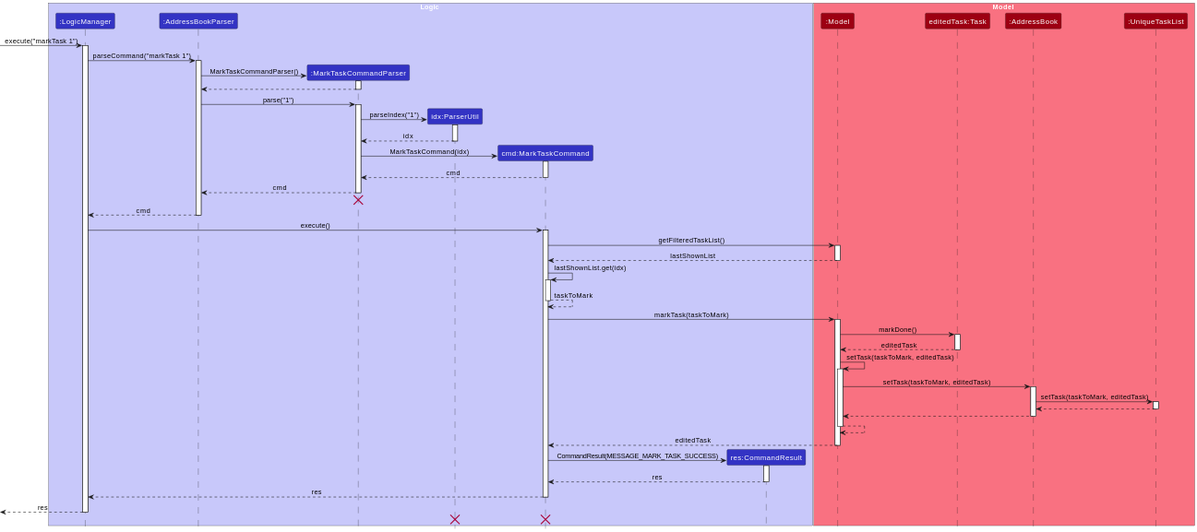
Before: docs/assets/svg/dg/MarkTaskSequenceDiagram.svg, a diagram exported from PlantUML (pra-navi/tp).
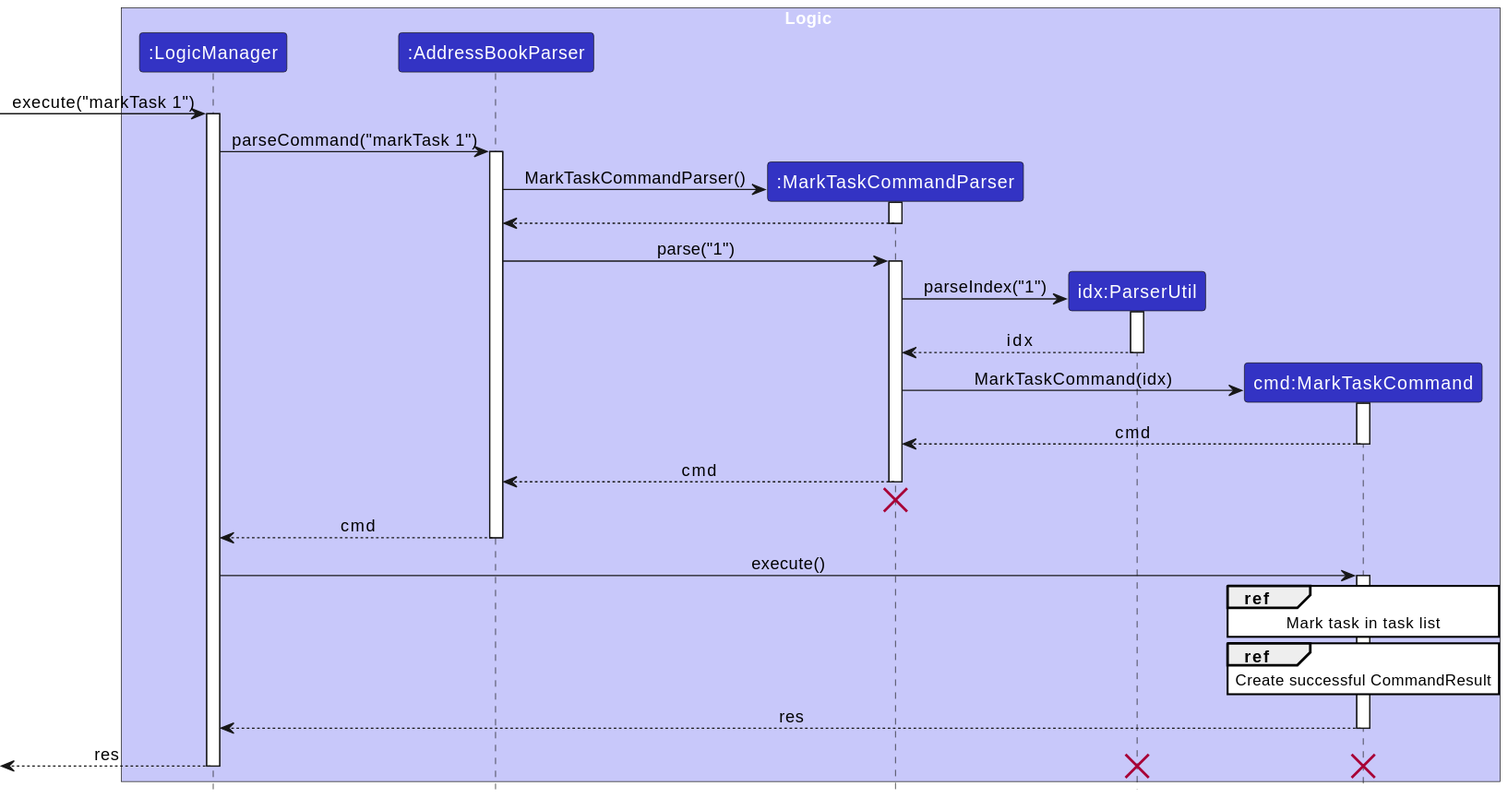
Later version of the same file.

Commit message:
docs: Update mark task sequence diagram

The edit, as a diff of the source:
```diff
@@ -1,6 +1,7 @@
 @startuml
 !include style.puml
 skinparam ArrowFontStyle plain
+skinparam sequenceReferenceBackgroundColor white
 
 box Logic LOGIC_COLOR_T1
 participant ":LogicManager" as LogicManager LOGIC_COLOR
@@ -8,14 +9,6 @@
 participant ":MarkTaskCommandParser" as MarkTaskCommandParser LOGIC_COLOR
 participant "idx:ParserUtil" as ParserUtil LOGIC_COLOR
 participant "cmd:MarkTaskCommand" as MarkTaskCommand LOGIC_COLOR
-participant "res:CommandResult" as CommandResult LOGIC_COLOR
-end box
-
-box Model MODEL_COLOR_T1
-participant ":Model" as Model MODEL_COLOR
-participant "editedTask:Task" as Task MODEL_COLOR
-participant ":AddressBook" as AddressBook MODEL_COLOR
-participant ":UniqueTaskList" as UniqueTaskList MODEL_COLOR
 end box
 
 [-> LogicManager : execute("markTask 1")
@@ -60,52 +53,9 @@
 LogicManager -> MarkTaskCommand : execute()
 activate MarkTaskCommand
 
-MarkTaskCommand -> Model : getFilteredTaskList()
-activate Model
+ref over MarkTaskCommand: Mark task in task list
 
-Model --> MarkTaskCommand : lastShownList
-deactivate Model
-
-MarkTaskCommand -> MarkTaskCommand : lastShownList.get(idx)
-activate MarkTaskCommand
-MarkTaskCommand --> MarkTaskCommand : taskToMark
-deactivate MarkTaskCommand
-
-MarkTaskCommand -> Model : markTask(taskToMark)
-activate Model
-
-Model -> Task: markDone()
-activate Task
-Task --> Model: editedTask
-deactivate Task
-
-Model -> Model: setTask(taskToMark, editedTask)
-activate Model
-
-Model -> AddressBook : setTask(taskToMark, editedTask)
-activate AddressBook
-
-AddressBook -> UniqueTaskList : setTask(taskToMark, editedTask)
-activate UniqueTaskList
-
-UniqueTaskList --> AddressBook
-deactivate UniqueTaskList
-
-AddressBook --> Model
-deactivate AddressBook
-
-Model --> Model :
-deactivate Model
-
-Model --> MarkTaskCommand : editedTask
-deactivate Model
-
-create CommandResult
-MarkTaskCommand -> CommandResult : CommandResult(MESSAGE_MARK_TASK_SUCCESS)
-activate CommandResult
-
-CommandResult --> MarkTaskCommand : res
-deactivate CommandResult
+ref over MarkTaskCommand: Create successful CommandResult
 
 MarkTaskCommand --> LogicManager : res
 deactivate MarkTaskCommand
@@ -113,7 +63,6 @@
 [<--LogicManager : res
 deactivate LogicManager
 
-ParserUtil -[hidden]-> LogicManager
 destroy ParserUtil
 destroy MarkTaskCommand
 @enduml
```
